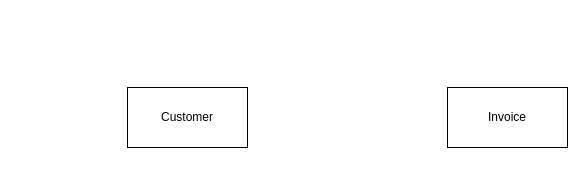
yeoleshweta/yeoleshweta keeps this draw.io diagram as Untitled Diagram.drawio. Above is the earlier version. Source tidied: cells renumbered, new cells numbered last; positions are measured from the earlier drawing's top-left corner, leaving out a move shared by most shapes. Both pictures are drawn from the tidied source at 100%, with x=0, y=0 at pixel (127, 87).
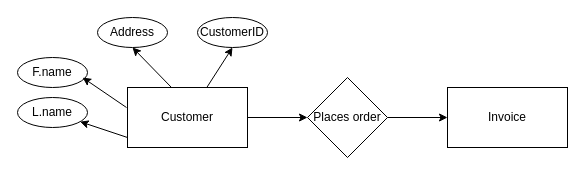
After the change.

The edit, as a diff of the source:
```diff
@@
 <mxGraphModel>
   <root>
     <mxCell id="0" />
     <mxCell id="1" parent="0" />
+    <mxCell id="4" style="edgeStyle=orthogonalEdgeStyle;rounded=0;jettySize=auto;html=1;" parent="1" edge="1" source="2" target="6">
+      <mxGeometry relative="1" as="geometry" />
+    </mxCell>
     <mxCell id="2" value="Customer" style="rounded=0;whiteSpace=wrap;html=1;" parent="1" vertex="1">
       <mxGeometry width="120" height="60" as="geometry" />
     </mxCell>
     <mxCell id="3" value="Invoice" style="rounded=0;whiteSpace=wrap;html=1;" parent="1" vertex="1">
       <mxGeometry x="320" width="120" height="60" as="geometry" />
     </mxCell>
+    <mxCell id="5" style="edgeStyle=orthogonalEdgeStyle;rounded=0;jettySize=auto;html=1;" parent="1" edge="1" source="6" target="3">
+      <mxGeometry relative="1" as="geometry" />
+    </mxCell>
+    <mxCell id="6" value="Places order" style="rhombus;whiteSpace=wrap;html=1;rounded=0;" parent="1" vertex="1">
+      <mxGeometry x="180" y="-10" width="80" height="80" as="geometry" />
+    </mxCell>
+    <mxCell id="7" value="CustomerID" style="ellipse;whiteSpace=wrap;html=1;" parent="1" vertex="1">
+      <mxGeometry x="70" y="-70" width="70" height="30" as="geometry" />
+    </mxCell>
+    <mxCell id="8" value="Address" style="ellipse;whiteSpace=wrap;html=1;" parent="1" vertex="1">
+      <mxGeometry x="-30" y="-70" width="70" height="30" as="geometry" />
+    </mxCell>
+    <mxCell id="9" value="F.name" style="ellipse;whiteSpace=wrap;html=1;" parent="1" vertex="1">
+      <mxGeometry x="-110" y="-30" width="70" height="30" as="geometry" />
+    </mxCell>
+    <mxCell id="10" value="L.name" style="ellipse;whiteSpace=wrap;html=1;" parent="1" vertex="1">
+      <mxGeometry x="-110" y="10" width="70" height="30" as="geometry" />
+    </mxCell>
+    <mxCell id="11" style="endArrow=classic;html=1;rounded=0;entryX=0.5;entryY=1;entryDx=0;entryDy=0;" parent="1" edge="1" source="2" target="7">
+      <mxGeometry relative="1" as="geometry" />
+    </mxCell>
+    <mxCell id="12" style="endArrow=classic;html=1;rounded=0;entryX=0.5;entryY=1;entryDx=0;entryDy=0;" parent="1" edge="1" target="8">
+      <mxGeometry relative="1" as="geometry">
+        <mxPoint x="44" as="sourcePoint" />
+      </mxGeometry>
+    </mxCell>
+    <mxCell id="13" style="endArrow=classic;html=1;rounded=0;entryX=0.93;entryY=0.669;entryDx=0;entryDy=0;entryPerimeter=0;" parent="1" edge="1" target="9">
+      <mxGeometry relative="1" as="geometry">
+        <mxPoint x="-1" y="20" as="sourcePoint" />
+      </mxGeometry>
+    </mxCell>
+    <mxCell id="14" style="endArrow=classic;html=1;rounded=0;" parent="1" edge="1" target="10">
+      <mxGeometry relative="1" as="geometry">
+        <mxPoint y="50" as="sourcePoint" />
+      </mxGeometry>
+    </mxCell>
   </root>
 </mxGraphModel>
```
